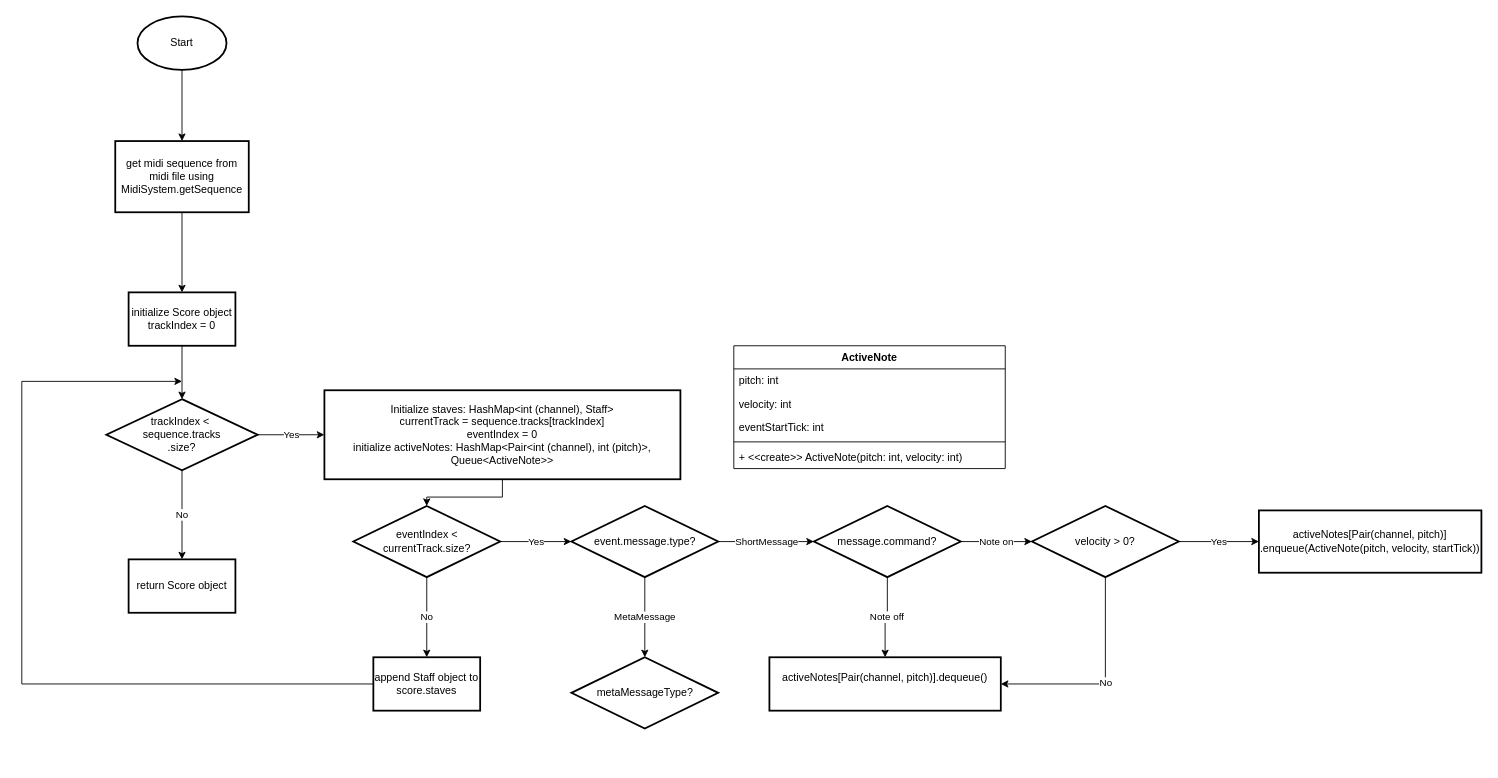
This is docs/flowcharts/4 midi parse algorithm.drawio from Bingergie/midi2musicxml, a draw.io file, before an edit. Source tidied: cells renumbered, new cells numbered last; positions are measured from the earlier drawing's top-left corner, leaving out a move shared by most shapes. Both pictures are drawn from the tidied source at 89%, with x=0, y=0 at pixel (21, 16).
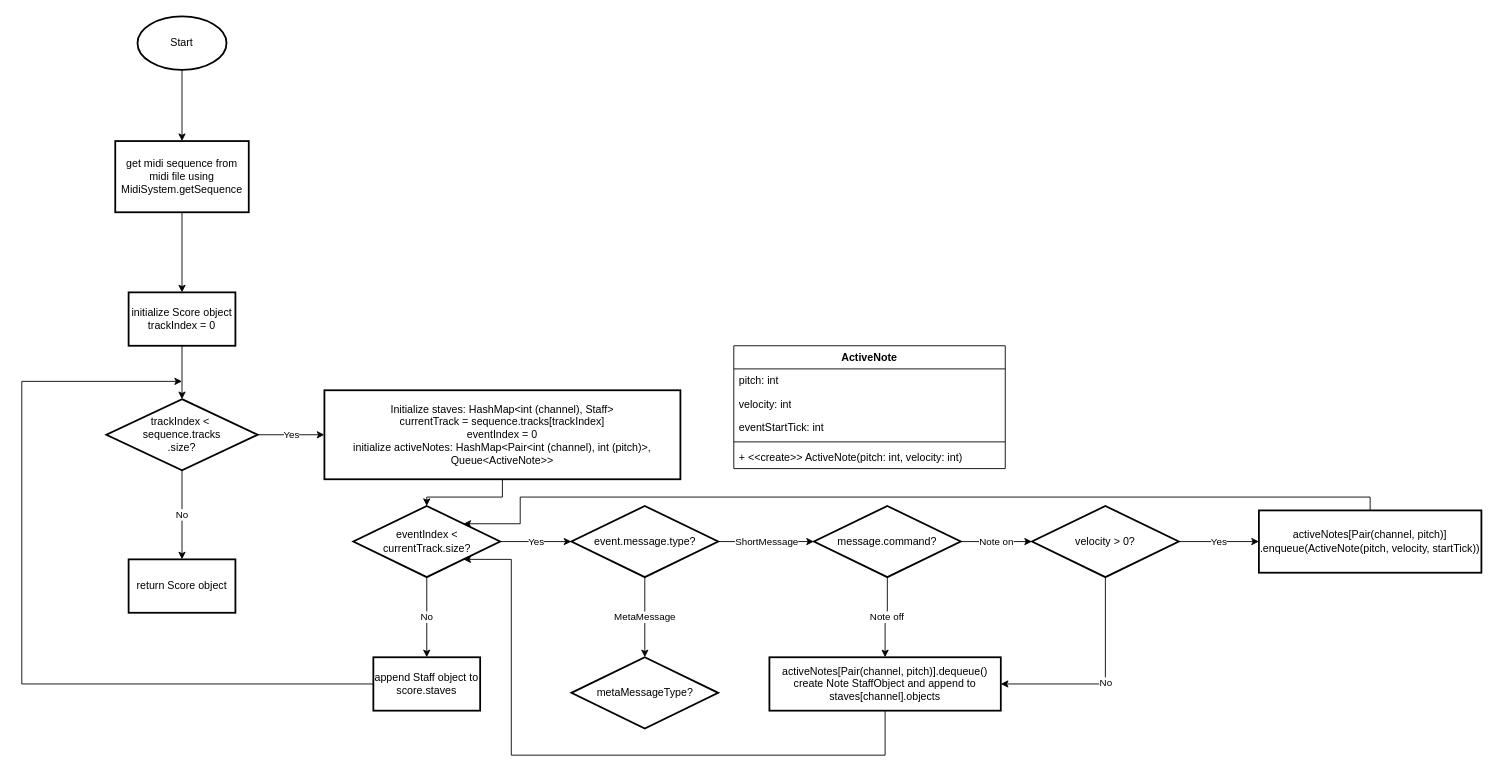
The same page after the edit.

Unchanged cells that the change refers to:
```xml
<mxCell id="16" value="eventIndex &amp;lt; currentTrack.size?" style="rhombus;whiteSpace=wrap;html=1;strokeWidth=2;" parent="1" vertex="1">
  <mxGeometry x="372.5" y="550" width="165" height="80" as="geometry" />
</mxCell>
<mxCell id="28" value="activeNotes[Pair(channel, pitch)]&lt;div&gt;.enqueue(ActiveNote(pitch, velocity, startTick))&lt;/div&gt;" style="whiteSpace=wrap;html=1;strokeWidth=2;" parent="1" vertex="1">
  <mxGeometry x="1390" y="555" width="250" height="70" as="geometry" />
</mxCell>
```

The edit, as a diff of the source:
```diff
@@
+    <mxCell id="37" style="edgeStyle=orthogonalEdgeStyle;rounded=0;jettySize=auto;html=1;entryX=1;entryY=0;entryDx=0;entryDy=0;" parent="1" edge="1" source="28" target="16">
+      <mxGeometry relative="1" as="geometry">
+        <Array as="points">
+          <mxPoint x="1515" y="540" />
+          <mxPoint x="560" y="540" />
+          <mxPoint x="560" y="570" />
+        </Array>
+      </mxGeometry>
+    </mxCell>
@@
+    <mxCell id="38" style="edgeStyle=orthogonalEdgeStyle;rounded=0;jettySize=auto;html=1;entryX=1;entryY=1;entryDx=0;entryDy=0;" parent="1" edge="1" source="29" target="16">
+      <mxGeometry relative="1" as="geometry">
+        <Array as="points">
+          <mxPoint x="970" y="830" />
+          <mxPoint x="550" y="830" />
+          <mxPoint x="550" y="610" />
+        </Array>
+      </mxGeometry>
+    </mxCell>
-    <mxCell id="29" value="activeNotes[Pair(channel, pitch)].dequeue()&lt;div&gt;&lt;br&gt;&lt;/div&gt;" style="whiteSpace=wrap;html=1;strokeWidth=2;" parent="1" vertex="1">
+    <mxCell id="29" value="activeNotes[Pair(channel, pitch)].dequeue()&lt;div&gt;create Note StaffObject and append to staves[channel].objects&lt;/div&gt;" style="whiteSpace=wrap;html=1;strokeWidth=2;" parent="1" vertex="1">
       <mxGeometry x="840" y="720" width="260" height="60" as="geometry" />
     </mxCell>
```
